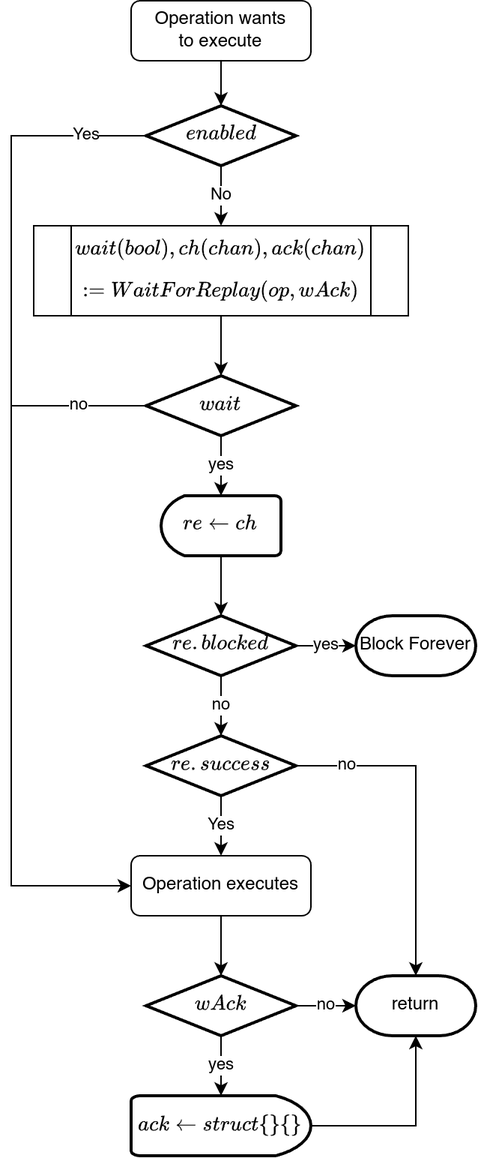
Earlier version of the draw.io export doc/img/replayInOp.png (ErikKassubek/ADVOCATE). Source tidied: cells renumbered, new cells last; positions are measured from the earlier drawing's top-left corner, leaving out a move shared by most shapes. The source it was exported from:
```xml
<mxGraphModel math="1">
  <root>
    <mxCell id="0" />
    <mxCell id="1" parent="0" />
    <mxCell id="2" value="Operation wants&lt;div&gt;to execute&lt;/div&gt;" style="rounded=1;whiteSpace=wrap;html=1;" parent="1" vertex="1">
      <mxGeometry x="80" width="120" height="40" as="geometry" />
    </mxCell>
    <mxCell id="3" style="edgeStyle=orthogonalEdgeStyle;rounded=0;jettySize=auto;html=1;" parent="1" edge="1" source="6" target="8">
      <mxGeometry relative="1" as="geometry">
        <Array as="points">
          <mxPoint y="90" />
          <mxPoint y="590" />
        </Array>
      </mxGeometry>
    </mxCell>
    <mxCell id="4" value="Yes" style="edgeLabel;html=1;align=center;verticalAlign=middle;" parent="3" vertex="1">
      <mxGeometry x="-0.09" y="1" relative="1" as="geometry">
        <mxPoint x="49" y="-216" as="offset" />
      </mxGeometry>
    </mxCell>
    <mxCell id="5" value="No" style="edgeStyle=orthogonalEdgeStyle;rounded=0;jettySize=auto;html=1;exitX=0.5;exitY=1;exitDx=0;exitDy=0;exitPerimeter=0;entryX=0.5;entryY=0;entryDx=0;entryDy=0;" parent="1" edge="1" source="6" target="9">
      <mxGeometry relative="1" as="geometry" />
    </mxCell>
    <mxCell id="6" value="\[enabled\]" style="strokeWidth=2;html=1;shape=mxgraph.flowchart.decision;whiteSpace=wrap;" parent="1" vertex="1">
      <mxGeometry x="90" y="70" width="100" height="40" as="geometry" />
    </mxCell>
    <mxCell id="7" style="edgeStyle=orthogonalEdgeStyle;rounded=0;jettySize=auto;html=1;exitX=0.5;exitY=1;exitDx=0;exitDy=0;entryX=0.5;entryY=0;entryDx=0;entryDy=0;entryPerimeter=0;" parent="1" edge="1" source="2" target="6">
      <mxGeometry relative="1" as="geometry" />
    </mxCell>
    <mxCell id="8" value="Operation executes" style="rounded=1;whiteSpace=wrap;html=1;" parent="1" vertex="1">
      <mxGeometry x="80" y="570" width="120" height="40" as="geometry" />
    </mxCell>
    <mxCell id="9" value="\[wait (bool), ch (chan), ack (chan)\] \[:= WaitForReplay(op, wAck)\]" style="shape=process;whiteSpace=wrap;html=1;backgroundOutline=1;" parent="1" vertex="1">
      <mxGeometry x="15" y="150" width="250" height="60" as="geometry" />
    </mxCell>
    <mxCell id="10" value="no" style="edgeStyle=orthogonalEdgeStyle;rounded=0;jettySize=auto;html=1;endArrow=none;startFill=0;" parent="1" edge="1" source="11">
      <mxGeometry relative="1" as="geometry">
        <mxPoint y="270" as="targetPoint" />
      </mxGeometry>
    </mxCell>
    <mxCell id="11" value="\[wait\]" style="strokeWidth=2;html=1;shape=mxgraph.flowchart.decision;whiteSpace=wrap;" parent="1" vertex="1">
      <mxGeometry x="90" y="250" width="100" height="40" as="geometry" />
    </mxCell>
    <mxCell id="12" style="edgeStyle=orthogonalEdgeStyle;rounded=0;jettySize=auto;html=1;exitX=0.5;exitY=1;exitDx=0;exitDy=0;entryX=0.5;entryY=0;entryDx=0;entryDy=0;entryPerimeter=0;" parent="1" edge="1" source="9" target="11">
      <mxGeometry relative="1" as="geometry" />
    </mxCell>
    <mxCell id="13" value="\[re \gets ch\]" style="strokeWidth=2;html=1;shape=mxgraph.flowchart.delay;whiteSpace=wrap;flipH=1;" parent="1" vertex="1">
      <mxGeometry x="100" y="330" width="80" height="40" as="geometry" />
    </mxCell>
    <mxCell id="14" value="yes" style="edgeStyle=orthogonalEdgeStyle;rounded=0;jettySize=auto;html=1;exitX=0.5;exitY=1;exitDx=0;exitDy=0;exitPerimeter=0;entryX=0.5;entryY=0;entryDx=0;entryDy=0;entryPerimeter=0;" parent="1" edge="1" source="11" target="13">
      <mxGeometry relative="1" as="geometry" />
    </mxCell>
    <mxCell id="15" value="yes" style="edgeStyle=orthogonalEdgeStyle;rounded=0;jettySize=auto;html=1;exitX=1;exitY=0.5;exitDx=0;exitDy=0;exitPerimeter=0;" parent="1" edge="1" source="16" target="18">
      <mxGeometry relative="1" as="geometry" />
    </mxCell>
    <mxCell id="16" value="\[re.blocked\]" style="strokeWidth=2;html=1;shape=mxgraph.flowchart.decision;whiteSpace=wrap;" parent="1" vertex="1">
      <mxGeometry x="90" y="410" width="100" height="40" as="geometry" />
    </mxCell>
    <mxCell id="17" style="edgeStyle=orthogonalEdgeStyle;rounded=0;jettySize=auto;html=1;exitX=0.5;exitY=1;exitDx=0;exitDy=0;exitPerimeter=0;entryX=0.5;entryY=0;entryDx=0;entryDy=0;entryPerimeter=0;" parent="1" edge="1" source="13" target="16">
      <mxGeometry relative="1" as="geometry" />
    </mxCell>
    <mxCell id="18" value="Block Forever" style="strokeWidth=2;html=1;shape=mxgraph.flowchart.terminator;whiteSpace=wrap;" parent="1" vertex="1">
      <mxGeometry x="230" y="410" width="80" height="40" as="geometry" />
    </mxCell>
    <mxCell id="19" value="Yes" style="edgeStyle=orthogonalEdgeStyle;rounded=0;jettySize=auto;html=1;exitX=0.5;exitY=1;exitDx=0;exitDy=0;exitPerimeter=0;entryX=0.5;entryY=0;entryDx=0;entryDy=0;" parent="1" edge="1" source="20" target="8">
      <mxGeometry relative="1" as="geometry" />
    </mxCell>
    <mxCell id="20" value="\[re.success\]" style="strokeWidth=2;html=1;shape=mxgraph.flowchart.decision;whiteSpace=wrap;" parent="1" vertex="1">
      <mxGeometry x="90" y="490" width="100" height="40" as="geometry" />
    </mxCell>
    <mxCell id="21" value="no" style="edgeStyle=orthogonalEdgeStyle;rounded=0;jettySize=auto;html=1;exitX=0.5;exitY=1;exitDx=0;exitDy=0;exitPerimeter=0;entryX=0.5;entryY=0;entryDx=0;entryDy=0;entryPerimeter=0;" parent="1" edge="1" source="16" target="20">
      <mxGeometry relative="1" as="geometry" />
    </mxCell>
    <mxCell id="22" value="return" style="strokeWidth=2;html=1;shape=mxgraph.flowchart.terminator;whiteSpace=wrap;" parent="1" vertex="1">
      <mxGeometry x="230" y="650" width="80" height="40" as="geometry" />
    </mxCell>
    <mxCell id="23" value="no" style="edgeStyle=orthogonalEdgeStyle;rounded=0;jettySize=auto;html=1;exitX=1;exitY=0.5;exitDx=0;exitDy=0;exitPerimeter=0;entryX=0.5;entryY=0;entryDx=0;entryDy=0;entryPerimeter=0;" parent="1" edge="1" source="20" target="22">
      <mxGeometry x="-0.69" relative="1" as="geometry">
        <Array as="points">
          <mxPoint x="270" y="510" />
        </Array>
      </mxGeometry>
    </mxCell>
    <mxCell id="24" value="no" style="edgeStyle=orthogonalEdgeStyle;rounded=0;jettySize=auto;html=1;" parent="1" edge="1" source="26" target="22">
      <mxGeometry relative="1" as="geometry" />
    </mxCell>
    <mxCell id="25" value="yes" style="edgeStyle=orthogonalEdgeStyle;rounded=0;jettySize=auto;html=1;" parent="1" edge="1" source="26" target="28">
      <mxGeometry relative="1" as="geometry" />
    </mxCell>
    <mxCell id="26" value="\[wAck\]" style="strokeWidth=2;html=1;shape=mxgraph.flowchart.decision;whiteSpace=wrap;" parent="1" vertex="1">
      <mxGeometry x="90" y="650" width="100" height="40" as="geometry" />
    </mxCell>
    <mxCell id="27" style="edgeStyle=orthogonalEdgeStyle;rounded=0;jettySize=auto;html=1;exitX=0.5;exitY=1;exitDx=0;exitDy=0;entryX=0.5;entryY=0;entryDx=0;entryDy=0;entryPerimeter=0;" parent="1" edge="1" source="8" target="26">
      <mxGeometry relative="1" as="geometry" />
    </mxCell>
    <mxCell id="28" value="\[ack \gets struct\{\}\{\}\]" style="strokeWidth=2;html=1;shape=mxgraph.flowchart.delay;whiteSpace=wrap;flipH=0;" parent="1" vertex="1">
      <mxGeometry x="80" y="730" width="120" height="40" as="geometry" />
    </mxCell>
    <mxCell id="29" style="edgeStyle=orthogonalEdgeStyle;rounded=0;jettySize=auto;html=1;exitX=1;exitY=0.5;exitDx=0;exitDy=0;exitPerimeter=0;entryX=0.5;entryY=1;entryDx=0;entryDy=0;entryPerimeter=0;" parent="1" edge="1" source="28" target="22">
      <mxGeometry relative="1" as="geometry" />
    </mxCell>
  </root>
</mxGraphModel>
```
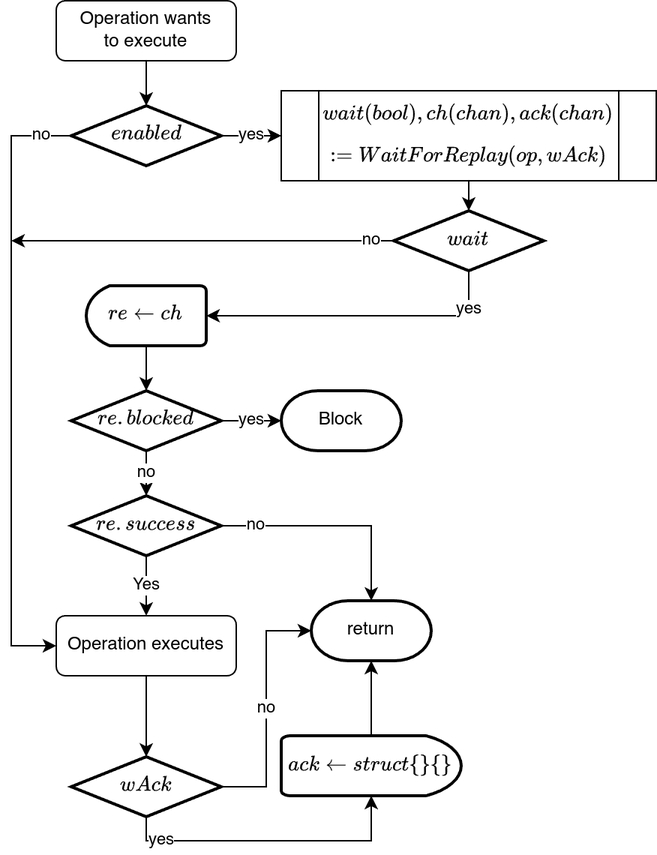
After the commit.

Commit message:
continue doc, add replay routine to replay key

What changed in the source:
```diff
@@ -5,20 +5,15 @@
     <mxCell id="2" value="Operation wants&lt;div&gt;to execute&lt;/div&gt;" style="rounded=1;whiteSpace=wrap;html=1;" parent="1" vertex="1">
       <mxGeometry x="80" width="120" height="40" as="geometry" />
     </mxCell>
-    <mxCell id="3" style="edgeStyle=orthogonalEdgeStyle;rounded=0;jettySize=auto;html=1;" parent="1" edge="1" source="6" target="8">
-      <mxGeometry relative="1" as="geometry">
+    <mxCell id="3" value="no" style="edgeStyle=orthogonalEdgeStyle;rounded=0;jettySize=auto;html=1;" parent="1" edge="1" source="6" target="8">
+      <mxGeometry x="-0.9" relative="1" as="geometry">
         <Array as="points">
-          <mxPoint y="90" />
-          <mxPoint y="590" />
+          <mxPoint x="50" y="90" />
+          <mxPoint x="50" y="430" />
         </Array>
       </mxGeometry>
     </mxCell>
-    <mxCell id="4" value="Yes" style="edgeLabel;html=1;align=center;verticalAlign=middle;" parent="3" vertex="1">
-      <mxGeometry x="-0.09" y="1" relative="1" as="geometry">
-        <mxPoint x="49" y="-216" as="offset" />
-      </mxGeometry>
-    </mxCell>
-    <mxCell id="5" value="No" style="edgeStyle=orthogonalEdgeStyle;rounded=0;jettySize=auto;html=1;exitX=0.5;exitY=1;exitDx=0;exitDy=0;exitPerimeter=0;entryX=0.5;entryY=0;entryDx=0;entryDy=0;" parent="1" edge="1" source="6" target="9">
+    <mxCell id="5" value="yes" style="edgeStyle=orthogonalEdgeStyle;rounded=0;jettySize=auto;html=1;" parent="1" edge="1" source="6" target="9">
       <mxGeometry relative="1" as="geometry" />
     </mxCell>
     <mxCell id="6" value="\[enabled\]" style="strokeWidth=2;html=1;shape=mxgraph.flowchart.decision;whiteSpace=wrap;" parent="1" vertex="1">
@@ -28,76 +23,81 @@
       <mxGeometry relative="1" as="geometry" />
     </mxCell>
     <mxCell id="8" value="Operation executes" style="rounded=1;whiteSpace=wrap;html=1;" parent="1" vertex="1">
-      <mxGeometry x="80" y="570" width="120" height="40" as="geometry" />
+      <mxGeometry x="80" y="410" width="120" height="40" as="geometry" />
     </mxCell>
     <mxCell id="9" value="\[wait (bool), ch (chan), ack (chan)\] \[:= WaitForReplay(op, wAck)\]" style="shape=process;whiteSpace=wrap;html=1;backgroundOutline=1;" parent="1" vertex="1">
-      <mxGeometry x="15" y="150" width="250" height="60" as="geometry" />
+      <mxGeometry x="230" y="60" width="250" height="60" as="geometry" />
     </mxCell>
-    <mxCell id="10" value="no" style="edgeStyle=orthogonalEdgeStyle;rounded=0;jettySize=auto;html=1;endArrow=none;startFill=0;" parent="1" edge="1" source="11">
-      <mxGeometry relative="1" as="geometry">
-        <mxPoint y="270" as="targetPoint" />
+    <mxCell id="10" value="no" style="edgeStyle=orthogonalEdgeStyle;rounded=0;jettySize=auto;html=1;endArrow=classic;startFill=0;endFill=1;" parent="1" edge="1" source="11">
+      <mxGeometry x="-0.88" relative="1" as="geometry">
+        <mxPoint x="50" y="160" as="targetPoint" />
+        <Array as="points">
+          <mxPoint x="110" y="160" />
+          <mxPoint x="110" y="160" />
+        </Array>
       </mxGeometry>
     </mxCell>
     <mxCell id="11" value="\[wait\]" style="strokeWidth=2;html=1;shape=mxgraph.flowchart.decision;whiteSpace=wrap;" parent="1" vertex="1">
-      <mxGeometry x="90" y="250" width="100" height="40" as="geometry" />
+      <mxGeometry x="305" y="140" width="100" height="40" as="geometry" />
     </mxCell>
     <mxCell id="12" style="edgeStyle=orthogonalEdgeStyle;rounded=0;jettySize=auto;html=1;exitX=0.5;exitY=1;exitDx=0;exitDy=0;entryX=0.5;entryY=0;entryDx=0;entryDy=0;entryPerimeter=0;" parent="1" edge="1" source="9" target="11">
       <mxGeometry relative="1" as="geometry" />
     </mxCell>
     <mxCell id="13" value="\[re \gets ch\]" style="strokeWidth=2;html=1;shape=mxgraph.flowchart.delay;whiteSpace=wrap;flipH=1;" parent="1" vertex="1">
-      <mxGeometry x="100" y="330" width="80" height="40" as="geometry" />
+      <mxGeometry x="100" y="190" width="80" height="40" as="geometry" />
     </mxCell>
-    <mxCell id="14" value="yes" style="edgeStyle=orthogonalEdgeStyle;rounded=0;jettySize=auto;html=1;exitX=0.5;exitY=1;exitDx=0;exitDy=0;exitPerimeter=0;entryX=0.5;entryY=0;entryDx=0;entryDy=0;entryPerimeter=0;" parent="1" edge="1" source="11" target="13">
-      <mxGeometry relative="1" as="geometry" />
+    <mxCell id="14" value="yes" style="edgeStyle=orthogonalEdgeStyle;rounded=0;jettySize=auto;html=1;exitX=0.5;exitY=1;exitDx=0;exitDy=0;exitPerimeter=0;entryX=0;entryY=0.5;entryDx=0;entryDy=0;entryPerimeter=0;" parent="1" edge="1" source="11" target="13">
+      <mxGeometry x="-0.74" relative="1" as="geometry" />
     </mxCell>
     <mxCell id="15" value="yes" style="edgeStyle=orthogonalEdgeStyle;rounded=0;jettySize=auto;html=1;exitX=1;exitY=0.5;exitDx=0;exitDy=0;exitPerimeter=0;" parent="1" edge="1" source="16" target="18">
       <mxGeometry relative="1" as="geometry" />
     </mxCell>
     <mxCell id="16" value="\[re.blocked\]" style="strokeWidth=2;html=1;shape=mxgraph.flowchart.decision;whiteSpace=wrap;" parent="1" vertex="1">
-      <mxGeometry x="90" y="410" width="100" height="40" as="geometry" />
+      <mxGeometry x="90" y="260" width="100" height="40" as="geometry" />
     </mxCell>
     <mxCell id="17" style="edgeStyle=orthogonalEdgeStyle;rounded=0;jettySize=auto;html=1;exitX=0.5;exitY=1;exitDx=0;exitDy=0;exitPerimeter=0;entryX=0.5;entryY=0;entryDx=0;entryDy=0;entryPerimeter=0;" parent="1" edge="1" source="13" target="16">
       <mxGeometry relative="1" as="geometry" />
     </mxCell>
-    <mxCell id="18" value="Block Forever" style="strokeWidth=2;html=1;shape=mxgraph.flowchart.terminator;whiteSpace=wrap;" parent="1" vertex="1">
-      <mxGeometry x="230" y="410" width="80" height="40" as="geometry" />
+    <mxCell id="18" value="Block" style="strokeWidth=2;html=1;shape=mxgraph.flowchart.terminator;whiteSpace=wrap;" parent="1" vertex="1">
+      <mxGeometry x="230" y="260" width="80" height="40" as="geometry" />
     </mxCell>
     <mxCell id="19" value="Yes" style="edgeStyle=orthogonalEdgeStyle;rounded=0;jettySize=auto;html=1;exitX=0.5;exitY=1;exitDx=0;exitDy=0;exitPerimeter=0;entryX=0.5;entryY=0;entryDx=0;entryDy=0;" parent="1" edge="1" source="20" target="8">
       <mxGeometry relative="1" as="geometry" />
     </mxCell>
     <mxCell id="20" value="\[re.success\]" style="strokeWidth=2;html=1;shape=mxgraph.flowchart.decision;whiteSpace=wrap;" parent="1" vertex="1">
-      <mxGeometry x="90" y="490" width="100" height="40" as="geometry" />
+      <mxGeometry x="90" y="330" width="100" height="40" as="geometry" />
     </mxCell>
     <mxCell id="21" value="no" style="edgeStyle=orthogonalEdgeStyle;rounded=0;jettySize=auto;html=1;exitX=0.5;exitY=1;exitDx=0;exitDy=0;exitPerimeter=0;entryX=0.5;entryY=0;entryDx=0;entryDy=0;entryPerimeter=0;" parent="1" edge="1" source="16" target="20">
       <mxGeometry relative="1" as="geometry" />
     </mxCell>
-    <mxCell id="22" value="return" style="strokeWidth=2;html=1;shape=mxgraph.flowchart.terminator;whiteSpace=wrap;" parent="1" vertex="1">
-      <mxGeometry x="230" y="650" width="80" height="40" as="geometry" />
-    </mxCell>
-    <mxCell id="23" value="no" style="edgeStyle=orthogonalEdgeStyle;rounded=0;jettySize=auto;html=1;exitX=1;exitY=0.5;exitDx=0;exitDy=0;exitPerimeter=0;entryX=0.5;entryY=0;entryDx=0;entryDy=0;entryPerimeter=0;" parent="1" edge="1" source="20" target="22">
-      <mxGeometry x="-0.69" relative="1" as="geometry">
-        <Array as="points">
-          <mxPoint x="270" y="510" />
-        </Array>
-      </mxGeometry>
+    <mxCell id="23" value="no" style="edgeStyle=orthogonalEdgeStyle;rounded=0;jettySize=auto;html=1;exitX=1;exitY=0.5;exitDx=0;exitDy=0;exitPerimeter=0;" parent="1" edge="1" source="20" target="22">
+      <mxGeometry x="-0.69" relative="1" as="geometry" />
     </mxCell>
-    <mxCell id="24" value="no" style="edgeStyle=orthogonalEdgeStyle;rounded=0;jettySize=auto;html=1;" parent="1" edge="1" source="26" target="22">
+    <mxCell id="24" value="no" style="edgeStyle=orthogonalEdgeStyle;rounded=0;jettySize=auto;html=1;entryX=0;entryY=0.5;entryDx=0;entryDy=0;entryPerimeter=0;" parent="1" edge="1" source="26" target="22">
       <mxGeometry relative="1" as="geometry" />
     </mxCell>
-    <mxCell id="25" value="yes" style="edgeStyle=orthogonalEdgeStyle;rounded=0;jettySize=auto;html=1;" parent="1" edge="1" source="26" target="28">
-      <mxGeometry relative="1" as="geometry" />
+    <mxCell id="25" value="yes" style="edgeStyle=orthogonalEdgeStyle;rounded=0;jettySize=auto;html=1;entryX=0.5;entryY=1;entryDx=0;entryDy=0;entryPerimeter=0;" parent="1" edge="1" source="26" target="28">
+      <mxGeometry x="-0.73" relative="1" as="geometry">
+        <Array as="points">
+          <mxPoint x="140" y="560" />
+          <mxPoint x="290" y="560" />
+        </Array>
+      </mxGeometry>
     </mxCell>
     <mxCell id="26" value="\[wAck\]" style="strokeWidth=2;html=1;shape=mxgraph.flowchart.decision;whiteSpace=wrap;" parent="1" vertex="1">
-      <mxGeometry x="90" y="650" width="100" height="40" as="geometry" />
+      <mxGeometry x="90" y="504" width="100" height="40" as="geometry" />
     </mxCell>
     <mxCell id="27" style="edgeStyle=orthogonalEdgeStyle;rounded=0;jettySize=auto;html=1;exitX=0.5;exitY=1;exitDx=0;exitDy=0;entryX=0.5;entryY=0;entryDx=0;entryDy=0;entryPerimeter=0;" parent="1" edge="1" source="8" target="26">
       <mxGeometry relative="1" as="geometry" />
     </mxCell>
     <mxCell id="28" value="\[ack \gets struct\{\}\{\}\]" style="strokeWidth=2;html=1;shape=mxgraph.flowchart.delay;whiteSpace=wrap;flipH=0;" parent="1" vertex="1">
-      <mxGeometry x="80" y="730" width="120" height="40" as="geometry" />
+      <mxGeometry x="230" y="490" width="120" height="40" as="geometry" />
     </mxCell>
-    <mxCell id="29" style="edgeStyle=orthogonalEdgeStyle;rounded=0;jettySize=auto;html=1;exitX=1;exitY=0.5;exitDx=0;exitDy=0;exitPerimeter=0;entryX=0.5;entryY=1;entryDx=0;entryDy=0;entryPerimeter=0;" parent="1" edge="1" source="28" target="22">
+    <mxCell id="29" style="edgeStyle=orthogonalEdgeStyle;rounded=0;jettySize=auto;html=1;exitX=0.5;exitY=0;exitDx=0;exitDy=0;exitPerimeter=0;entryX=0.5;entryY=1;entryDx=0;entryDy=0;entryPerimeter=0;" parent="1" edge="1" source="28" target="22">
       <mxGeometry relative="1" as="geometry" />
     </mxCell>
+    <mxCell id="22" value="return" style="strokeWidth=2;html=1;shape=mxgraph.flowchart.terminator;whiteSpace=wrap;" parent="1" vertex="1">
+      <mxGeometry x="250" y="400" width="80" height="40" as="geometry" />
+    </mxCell>
   </root>
 </mxGraphModel>
```
